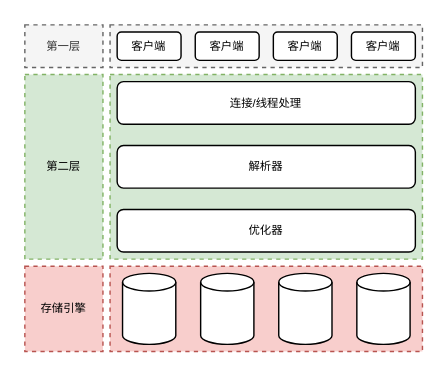
Above: 流程图/未命名绘图.drawio in AlpacaMe/Draft (draw.io), before the change. Source tidied: cells renumbered, new cells numbered last; positions are measured from the earlier drawing's top-left corner, leaving out a move shared by most shapes. Both pictures are drawn from the tidied source at 142%, with x=0, y=0 at pixel (24, 24).
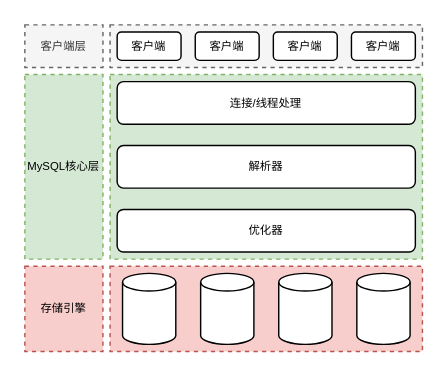
After the change.

Commit message (it also covers changes not shown here):
更新未命名绘图.drawio

The edit, as a diff of the source:
```diff
@@
 <mxGraphModel>
   <root>
     <mxCell id="0" />
     <mxCell id="1" parent="0" />
     <mxCell id="2" style="rounded=0;whiteSpace=wrap;html=1;fillColor=#f5f5f5;fontColor=#333333;strokeColor=#666666;dashed=1;fontSize=8;" parent="1" vertex="1">
       <mxGeometry x="60" width="220" height="30" as="geometry" />
     </mxCell>
     <mxCell id="3" value="客户端" style="rounded=1;whiteSpace=wrap;html=1;fontSize=8;" parent="1" vertex="1">
       <mxGeometry x="65" y="5" width="45" height="20" as="geometry" />
     </mxCell>
     <mxCell id="4" value="客户端" style="rounded=1;whiteSpace=wrap;html=1;fontSize=8;" parent="1" vertex="1">
       <mxGeometry x="120" y="5" width="45" height="20" as="geometry" />
     </mxCell>
     <mxCell id="5" value="客户端" style="rounded=1;whiteSpace=wrap;html=1;fontSize=8;" parent="1" vertex="1">
       <mxGeometry x="175" y="5" width="45" height="20" as="geometry" />
     </mxCell>
     <mxCell id="6" value="客户端" style="rounded=1;whiteSpace=wrap;html=1;fontSize=8;" parent="1" vertex="1">
       <mxGeometry x="230" y="5" width="45" height="20" as="geometry" />
     </mxCell>
     <mxCell id="7" style="rounded=0;whiteSpace=wrap;html=1;fillColor=#d5e8d4;strokeColor=#82b366;dashed=1;fontSize=8;" parent="1" vertex="1">
       <mxGeometry x="60" y="35" width="220" height="130" as="geometry" />
     </mxCell>
-    <mxCell id="8" value="第一层" style="rounded=0;whiteSpace=wrap;html=1;fillColor=#f5f5f5;fontColor=#333333;strokeColor=#666666;dashed=1;fontSize=8;" parent="1" vertex="1">
+    <mxCell id="8" value="客户端层" style="rounded=0;whiteSpace=wrap;html=1;fillColor=#f5f5f5;fontColor=#333333;strokeColor=#666666;dashed=1;fontSize=8;" parent="1" vertex="1">
       <mxGeometry width="55" height="30" as="geometry" />
     </mxCell>
-    <mxCell id="9" value="第二层" style="rounded=0;whiteSpace=wrap;html=1;fillColor=#d5e8d4;strokeColor=#82b366;dashed=1;fontSize=8;" parent="1" vertex="1">
+    <mxCell id="9" value="MySQL核心层" style="rounded=0;whiteSpace=wrap;html=1;fillColor=#d5e8d4;strokeColor=#82b366;dashed=1;fontSize=8;" parent="1" vertex="1">
       <mxGeometry y="35" width="55" height="130" as="geometry" />
     </mxCell>
     <mxCell id="10" value="连接/线程处理" style="rounded=1;whiteSpace=wrap;html=1;fontSize=8;" parent="1" vertex="1">
       <mxGeometry x="65" y="40" width="210" height="30" as="geometry" />
     </mxCell>
     <mxCell id="11" value="解析器" style="rounded=1;whiteSpace=wrap;html=1;fontSize=8;" parent="1" vertex="1">
       <mxGeometry x="65" y="85" width="210" height="30" as="geometry" />
     </mxCell>
     <mxCell id="12" value="优化器" style="rounded=1;whiteSpace=wrap;html=1;fontSize=8;" parent="1" vertex="1">
       <mxGeometry x="65" y="130" width="210" height="30" as="geometry" />
     </mxCell>
     <mxCell id="13" style="rounded=0;whiteSpace=wrap;html=1;fillColor=#f8cecc;strokeColor=#b85450;dashed=1;fontSize=8;" parent="1" vertex="1">
       <mxGeometry x="60" y="170" width="220" height="60" as="geometry" />
     </mxCell>
     <mxCell id="14" style="shape=cylinder3;whiteSpace=wrap;html=1;boundedLbl=1;backgroundOutline=1;size=6.2222222222222285;" parent="1" vertex="1">
       <mxGeometry x="68.8" y="175" width="37.5" height="50" as="geometry" />
     </mxCell>
     <mxCell id="15" style="shape=cylinder3;whiteSpace=wrap;html=1;boundedLbl=1;backgroundOutline=1;size=6.2222222222222285;" parent="1" vertex="1">
       <mxGeometry x="123.8" y="175" width="37.5" height="50" as="geometry" />
     </mxCell>
     <mxCell id="16" style="shape=cylinder3;whiteSpace=wrap;html=1;boundedLbl=1;backgroundOutline=1;size=6.2222222222222285;" parent="1" vertex="1">
       <mxGeometry x="178.8" y="175" width="37.5" height="50" as="geometry" />
     </mxCell>
     <mxCell id="17" style="shape=cylinder3;whiteSpace=wrap;html=1;boundedLbl=1;backgroundOutline=1;size=6.2222222222222285;" parent="1" vertex="1">
       <mxGeometry x="233.8" y="175" width="37.5" height="50" as="geometry" />
     </mxCell>
     <mxCell id="18" value="存储引擎" style="rounded=0;whiteSpace=wrap;html=1;fillColor=#f8cecc;strokeColor=#b85450;dashed=1;fontSize=8;" parent="1" vertex="1">
       <mxGeometry y="170" width="55" height="60" as="geometry" />
     </mxCell>
   </root>
 </mxGraphModel>
```
